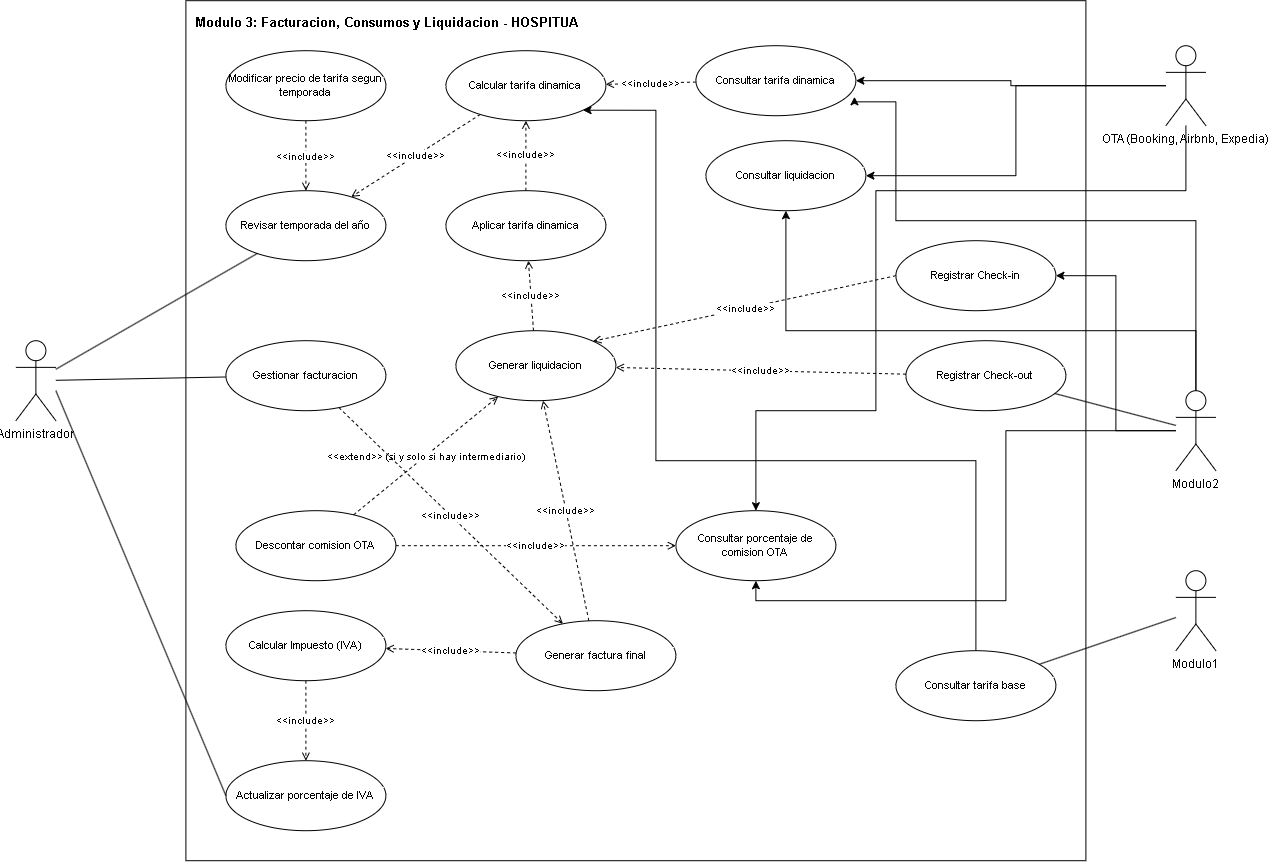
Earlier version of the draw.io export docs/HOSPITUA-Modulo-3.png (Proyect-Hospitua-Module-3/Hospitua-Module-3). Source tidied: cells renumbered, new cells last; positions are measured from the earlier drawing's top-left corner, leaving out a move shared by most shapes.
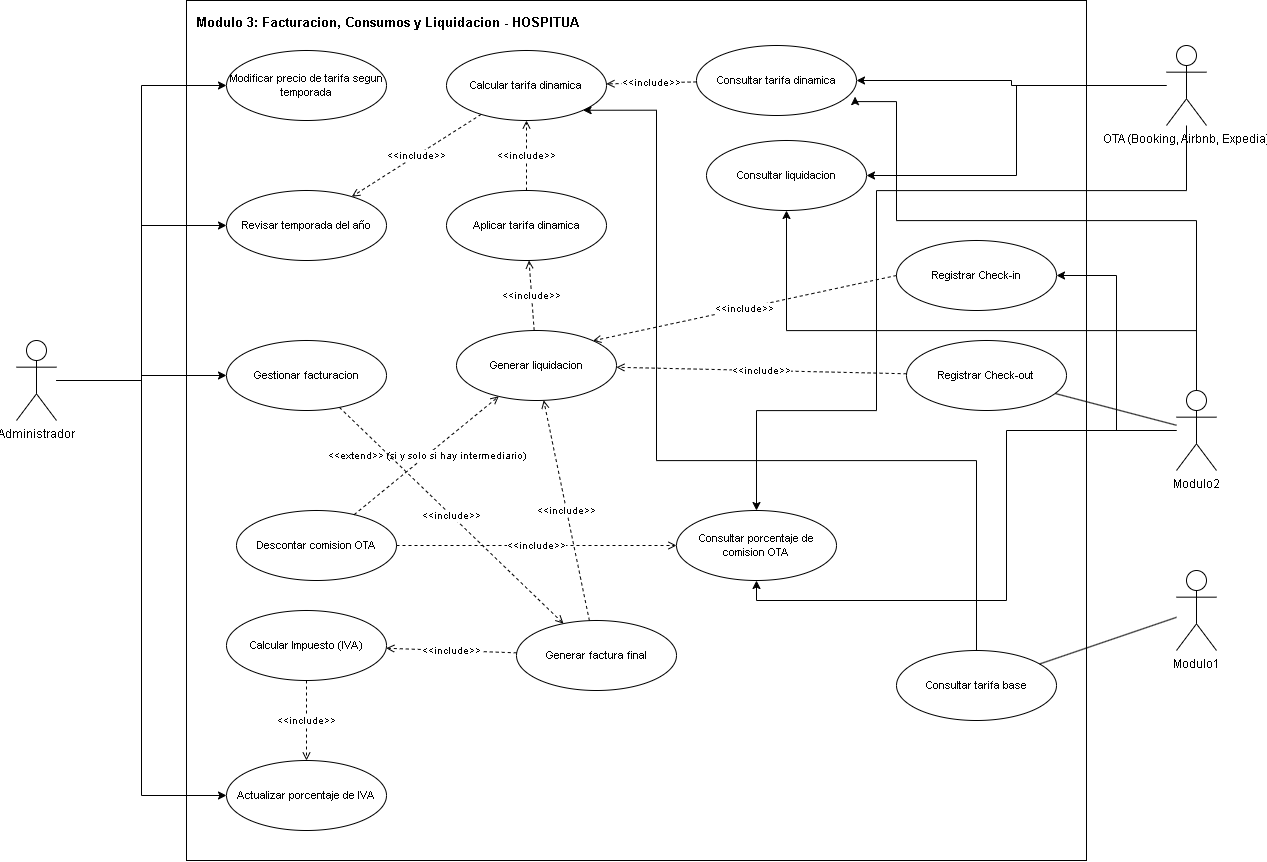
The same file after the commit.

Commit message:
Cambio del diagrama de caso de uso

Diff of the diagram source:
```diff
@@ -5,6 +5,18 @@
     <mxCell id="2" value="Modulo 3: Facturacion, Consumos y Liquidacion - HOSPITUA" style="rounded=0;whiteSpace=wrap;html=1;verticalAlign=top;align=left;spacingLeft=8;spacingTop=8;fontStyle=1;fontSize=13;fillColor=none;" parent="1" vertex="1">
       <mxGeometry x="170" width="900" height="860" as="geometry" />
     </mxCell>
+    <mxCell id="49" style="edgeStyle=orthogonalEdgeStyle;rounded=0;jettySize=auto;html=1;entryX=0;entryY=0.5;entryDx=0;entryDy=0;" parent="1" edge="1" source="3" target="12">
+      <mxGeometry relative="1" as="geometry" />
+    </mxCell>
+    <mxCell id="30" style="edgeStyle=orthogonalEdgeStyle;rounded=0;jettySize=auto;html=1;entryX=0;entryY=0.5;entryDx=0;entryDy=0;" parent="1" edge="1" source="3" target="13">
+      <mxGeometry relative="1" as="geometry" />
+    </mxCell>
+    <mxCell id="29" style="edgeStyle=orthogonalEdgeStyle;rounded=0;jettySize=auto;html=1;" parent="1" edge="1" source="3" target="19">
+      <mxGeometry relative="1" as="geometry" />
+    </mxCell>
+    <mxCell id="50" style="edgeStyle=orthogonalEdgeStyle;rounded=0;jettySize=auto;html=1;entryX=0;entryY=0.5;entryDx=0;entryDy=0;" parent="1" edge="1" source="3" target="27">
+      <mxGeometry relative="1" as="geometry" />
+    </mxCell>
     <mxCell id="3" value="Administrador" style="shape=umlActor;verticalLabelPosition=bottom;labelBackgroundColor=#ffffff;verticalAlign=top;html=1;outlineConnect=0;" parent="1" vertex="1">
       <mxGeometry y="340" width="40" height="80" as="geometry" />
     </mxCell>
@@ -94,21 +106,12 @@
     <mxCell id="28" value="Generar factura final" style="ellipse;whiteSpace=wrap;html=1;fontSize=11;" parent="1" vertex="1">
       <mxGeometry x="500" y="620" width="160" height="70" as="geometry" />
     </mxCell>
-    <mxCell id="29" style="endArrow=none;html=1;rounded=0;" parent="1" edge="1" source="3" target="19">
-      <mxGeometry relative="1" as="geometry" />
-    </mxCell>
-    <mxCell id="30" style="endArrow=none;html=1;rounded=0;" parent="1" edge="1" source="3" target="13">
-      <mxGeometry relative="1" as="geometry" />
-    </mxCell>
     <mxCell id="31" style="endArrow=none;html=1;rounded=0;" parent="1" edge="1" source="11" target="25">
       <mxGeometry relative="1" as="geometry" />
     </mxCell>
     <mxCell id="32" style="endArrow=none;html=1;rounded=0;" parent="1" edge="1" source="10" target="23">
       <mxGeometry relative="1" as="geometry" />
     </mxCell>
-    <mxCell id="33" value="&amp;lt;&amp;lt;include&amp;gt;&amp;gt;" style="endArrow=open;dashed=1;html=1;fontSize=10;" parent="1" edge="1" source="12" target="13">
-      <mxGeometry relative="1" as="geometry" />
-    </mxCell>
     <mxCell id="34" value="&amp;lt;&amp;lt;include&amp;gt;&amp;gt;" style="endArrow=open;dashed=1;html=1;fontSize=10;" parent="1" edge="1" source="15" target="14">
       <mxGeometry relative="1" as="geometry" />
     </mxCell>
@@ -164,10 +167,5 @@
         </Array>
       </mxGeometry>
     </mxCell>
-    <mxCell id="48" style="endArrow=none;html=1;rounded=0;entryX=0;entryY=0.5;entryDx=0;entryDy=0;" parent="1" edge="1" target="27">
-      <mxGeometry relative="1" as="geometry">
-        <mxPoint x="40" y="390" as="sourcePoint" />
-      </mxGeometry>
-    </mxCell>
   </root>
 </mxGraphModel>
```
